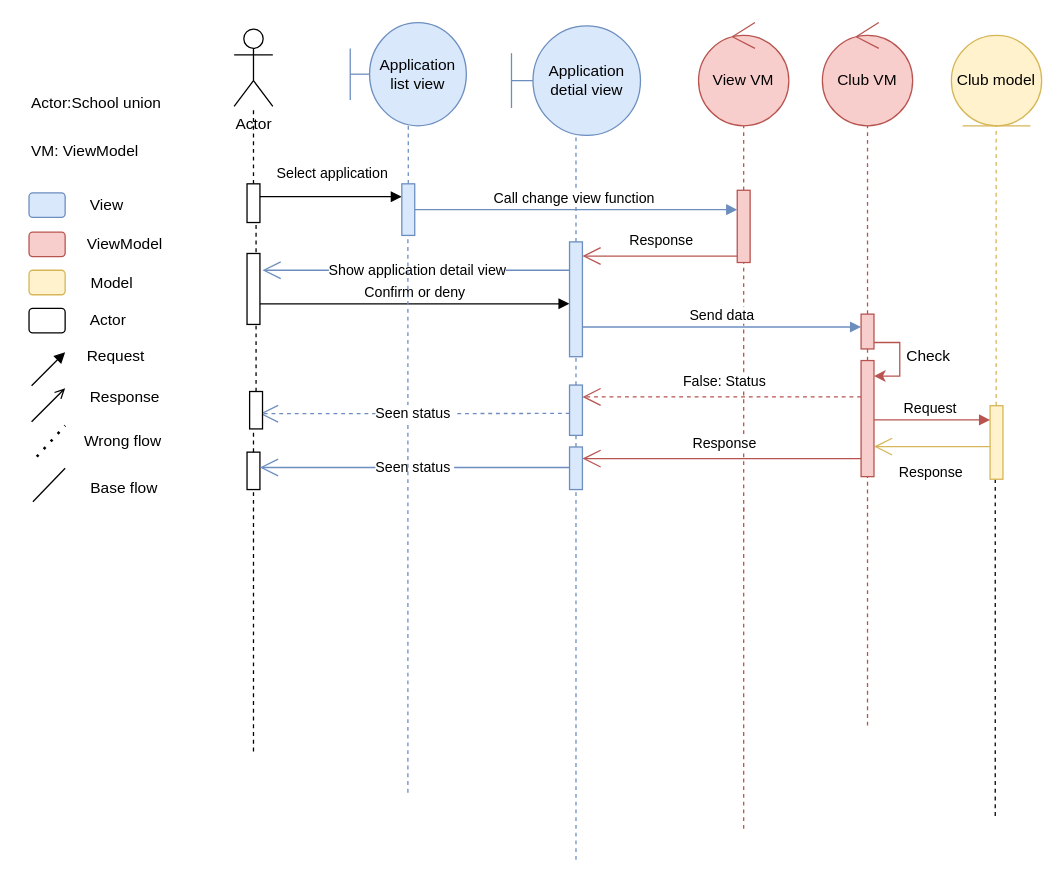
Above: page "Trang-20" (20 of 23) of Diagram.drawio in DnhTrn/finall_project (draw.io), before the change. Source tidied: cells renumbered, new cells numbered last; positions are measured from the earlier drawing's top-left corner, leaving out a move shared by most shapes. Both pictures are drawn from the tidied source at 129%, with x=0, y=0 at pixel (27, 22).
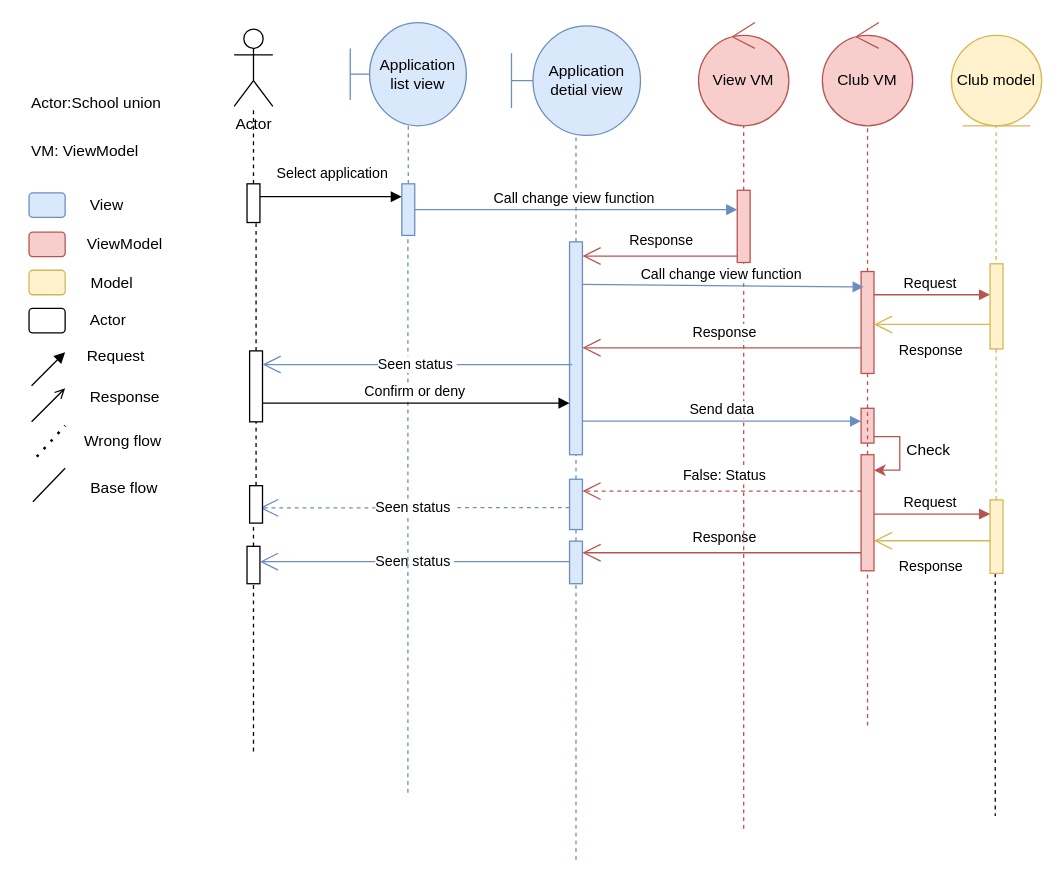
The same diagram, later.

The change refers to these unchanged cells:
```xml
<mxCell id="17" style="html=1;points=[[0,0,0,0,5],[0,1,0,0,-5],[1,0,0,0,5],[1,1,0,0,-5]];perimeter=orthogonalPerimeter;outlineConnect=0;targetShapes=umlLifeline;portConstraint=eastwest;newEdgeStyle={&quot;curved&quot;:0,&quot;rounded&quot;:0};" parent="1" vertex="1">
  <mxGeometry x="170" y="125" width="10" height="30" as="geometry" />
</mxCell>
```

Diff of the diagram source:
```diff
@@
-    <mxCell id="9" style="endArrow=none;dashed=1;html=1;rounded=0;fillColor=#f8cecc;strokeColor=#b85450;" parent="1" edge="1" source="69">
+    <mxCell id="9" style="endArrow=none;dashed=1;html=1;rounded=0;fillColor=#f8cecc;strokeColor=#b85450;" parent="1" edge="1" source="73">
       <mxGeometry relative="1" as="geometry">
         <mxPoint x="651" y="80" as="targetPoint" />
       </mxGeometry>
     </mxCell>
@@
-    <mxCell id="16" style="endArrow=none;dashed=1;html=1;rounded=0;" parent="1" edge="1" source="45" target="17">
+    <mxCell id="16" style="endArrow=none;dashed=1;html=1;rounded=0;" parent="1" edge="1" source="28" target="17">
       <mxGeometry relative="1" as="geometry" />
     </mxCell>
@@
-    <mxCell id="23" value="&lt;div style=&quot;text-align: left;&quot;&gt;Confirm or deny&lt;/div&gt;" style="html=1;verticalAlign=bottom;endArrow=block;curved=0;rounded=0;" parent="1" edge="1">
-      <mxGeometry relative="1" as="geometry">
-        <mxPoint x="180" y="218" as="sourcePoint" />
-        <mxPoint x="420" y="218" as="targetPoint" />
-      </mxGeometry>
-    </mxCell>
@@
     <mxCell id="25" style="html=1;points=[[0,0,0,0,5],[0,1,0,0,-5],[1,0,0,0,5],[1,1,0,0,-5]];perimeter=orthogonalPerimeter;outlineConnect=0;targetShapes=umlLifeline;portConstraint=eastwest;newEdgeStyle={&quot;curved&quot;:0,&quot;rounded&quot;:0};" parent="1" vertex="1">
-      <mxGeometry x="170" y="333" width="10" height="29" as="geometry" />
+      <mxGeometry x="170" y="406" width="10" height="29" as="geometry" />
     </mxCell>
     <mxCell id="26" value="Response" style="endArrow=open;endSize=12;html=1;rounded=0;fillColor=#fff2cc;strokeColor=#d6b656;" parent="1" edge="1">
       <mxGeometry x="0.02" y="20" relative="1" as="geometry">
-        <mxPoint x="746" y="328.7" as="sourcePoint" />
-        <mxPoint x="656" y="328.7" as="targetPoint" />
+        <mxPoint x="746" y="401.7" as="sourcePoint" />
+        <mxPoint x="656" y="401.7" as="targetPoint" />
       </mxGeometry>
     </mxCell>
     <mxCell id="27" value="Seen status&amp;nbsp;" style="endArrow=open;endSize=12;html=1;rounded=0;fillColor=#dae8fc;strokeColor=#6c8ebf;" parent="1" edge="1">
       <mxGeometry relative="1" as="geometry">
-        <mxPoint x="420" y="344.9" as="sourcePoint" />
-        <mxPoint x="180" y="344.9" as="targetPoint" />
+        <mxPoint x="420" y="417.9" as="sourcePoint" />
+        <mxPoint x="180" y="417.9" as="targetPoint" />
       </mxGeometry>
     </mxCell>
-    <mxCell id="28" style="html=1;points=[[0,0,0,0,5],[0,1,0,0,-5],[1,0,0,0,5],[1,1,0,0,-5]];perimeter=orthogonalPerimeter;outlineConnect=0;targetShapes=umlLifeline;portConstraint=eastwest;newEdgeStyle={&quot;curved&quot;:0,&quot;rounded&quot;:0};" parent="1" vertex="1">
-      <mxGeometry x="170" y="179" width="10" height="55" as="geometry" />
-    </mxCell>
-    <mxCell id="29" value="Show application detail view" style="endArrow=open;endSize=12;html=1;rounded=0;fillColor=#dae8fc;strokeColor=#6c8ebf;" parent="1" edge="1">
-      <mxGeometry relative="1" as="geometry">
-        <mxPoint x="422" y="192" as="sourcePoint" />
-        <mxPoint x="182" y="192" as="targetPoint" />
-      </mxGeometry>
-    </mxCell>
     <mxCell id="30" style="html=1;points=[[0,0,0,0,5],[0,1,0,0,-5],[1,0,0,0,5],[1,1,0,0,-5]];perimeter=orthogonalPerimeter;outlineConnect=0;targetShapes=umlLifeline;portConstraint=eastwest;newEdgeStyle={&quot;curved&quot;:0,&quot;rounded&quot;:0};fillColor=#fff2cc;strokeColor=#d6b656;" parent="1" vertex="1">
-      <mxGeometry x="746" y="297" width="10" height="57" as="geometry" />
+      <mxGeometry x="746" y="370" width="10" height="57" as="geometry" />
     </mxCell>
     <mxCell id="31" value="&lt;div style=&quot;text-align: left;&quot;&gt;Request&amp;nbsp;&lt;/div&gt;" style="html=1;verticalAlign=bottom;endArrow=block;curved=0;rounded=0;fillColor=#f8cecc;strokeColor=#b85450;" parent="1" edge="1">
       <mxGeometry relative="1" as="geometry">
-        <mxPoint x="656" y="308" as="sourcePoint" />
-        <mxPoint x="746" y="308" as="targetPoint" />
+        <mxPoint x="656" y="381" as="sourcePoint" />
+        <mxPoint x="746" y="381" as="targetPoint" />
       </mxGeometry>
     </mxCell>
     <mxCell id="32" value="Response" style="endArrow=open;endSize=12;html=1;rounded=0;fillColor=#f8cecc;strokeColor=#b85450;" parent="1" edge="1" target="35">
       <mxGeometry x="-0.02" y="-12" relative="1" as="geometry">
-        <mxPoint x="646" y="338" as="sourcePoint" />
+        <mxPoint x="646" y="411" as="sourcePoint" />
       </mxGeometry>
     </mxCell>
-    <mxCell id="33" style="endArrow=none;dashed=1;html=1;rounded=0;fillColor=#dae8fc;strokeColor=#6c8ebf;" parent="1" edge="1" source="40" target="34">
-      <mxGeometry relative="1" as="geometry" />
+    <mxCell id="33" style="endArrow=none;dashed=1;html=1;rounded=0;fillColor=#dae8fc;strokeColor=#6c8ebf;" parent="1" edge="1" source="40">
+      <mxGeometry relative="1" as="geometry">
+        <mxPoint x="425" y="332" as="targetPoint" />
+      </mxGeometry>
     </mxCell>
     <mxCell id="34" style="html=1;points=[[0,0,0,0,5],[0,1,0,0,-5],[1,0,0,0,5],[1,1,0,0,-5]];perimeter=orthogonalPerimeter;outlineConnect=0;targetShapes=umlLifeline;portConstraint=eastwest;newEdgeStyle={&quot;curved&quot;:0,&quot;rounded&quot;:0};fillColor=#dae8fc;strokeColor=#6c8ebf;" parent="1" vertex="1">
-      <mxGeometry x="420" y="170" width="10" height="89" as="geometry" />
+      <mxGeometry x="420" y="170" width="10" height="165" as="geometry" />
     </mxCell>
     <mxCell id="35" style="html=1;points=[[0,0,0,0,5],[0,1,0,0,-5],[1,0,0,0,5],[1,1,0,0,-5]];perimeter=orthogonalPerimeter;outlineConnect=0;targetShapes=umlLifeline;portConstraint=eastwest;newEdgeStyle={&quot;curved&quot;:0,&quot;rounded&quot;:0};fillColor=#dae8fc;strokeColor=#6c8ebf;" parent="1" vertex="1">
-      <mxGeometry x="420" y="329" width="10" height="33" as="geometry" />
+      <mxGeometry x="420" y="402" width="10" height="33" as="geometry" />
     </mxCell>
     <mxCell id="36" value="&lt;div style=&quot;text-align: left;&quot;&gt;Send data&lt;/div&gt;" style="html=1;verticalAlign=bottom;endArrow=block;curved=0;rounded=0;fillColor=#dae8fc;strokeColor=#6c8ebf;" parent="1" edge="1">
       <mxGeometry relative="1" as="geometry">
-        <mxPoint x="430" y="236" as="sourcePoint" />
-        <mxPoint x="646" y="236" as="targetPoint" />
+        <mxPoint x="430" y="309" as="sourcePoint" />
+        <mxPoint x="646" y="309" as="targetPoint" />
       </mxGeometry>
     </mxCell>
@@
     <mxCell id="40" style="html=1;points=[[0,0,0,0,5],[0,1,0,0,-5],[1,0,0,0,5],[1,1,0,0,-5]];perimeter=orthogonalPerimeter;outlineConnect=0;targetShapes=umlLifeline;portConstraint=eastwest;newEdgeStyle={&quot;curved&quot;:0,&quot;rounded&quot;:0};fillColor=#dae8fc;strokeColor=#6c8ebf;" parent="1" vertex="1">
-      <mxGeometry x="420" y="281" width="10" height="39" as="geometry" />
+      <mxGeometry x="420" y="354" width="10" height="39" as="geometry" />
     </mxCell>
     <mxCell id="41" value="False: Status" style="endArrow=open;endSize=12;html=1;rounded=0;fillColor=#f8cecc;strokeColor=#b85450;dashed=1;" parent="1" edge="1">
       <mxGeometry x="-0.02" y="-12" relative="1" as="geometry">
-        <mxPoint x="646" y="290.2" as="sourcePoint" />
-        <mxPoint x="430" y="290.2" as="targetPoint" />
+        <mxPoint x="646" y="363.2" as="sourcePoint" />
+        <mxPoint x="430" y="363.2" as="targetPoint" />
       </mxGeometry>
     </mxCell>
     <mxCell id="42" value="Seen status&amp;nbsp;" style="endArrow=open;endSize=12;html=1;rounded=0;fillColor=#dae8fc;strokeColor=#6c8ebf;dashed=1;" parent="1" edge="1">
       <mxGeometry relative="1" as="geometry">
-        <mxPoint x="420" y="303" as="sourcePoint" />
-        <mxPoint x="180" y="303.2" as="targetPoint" />
+        <mxPoint x="420" y="376" as="sourcePoint" />
+        <mxPoint x="180" y="376.2" as="targetPoint" />
       </mxGeometry>
     </mxCell>
@@
     <mxCell id="45" style="html=1;points=[[0,0,0,0,5],[0,1,0,0,-5],[1,0,0,0,5],[1,1,0,0,-5]];perimeter=orthogonalPerimeter;outlineConnect=0;targetShapes=umlLifeline;portConstraint=eastwest;newEdgeStyle={&quot;curved&quot;:0,&quot;rounded&quot;:0};" parent="1" vertex="1">
-      <mxGeometry x="172" y="286" width="10" height="29" as="geometry" />
+      <mxGeometry x="172" y="359" width="10" height="29" as="geometry" />
     </mxCell>
@@
     <mxCell id="66" style="edgeStyle=orthogonalEdgeStyle;rounded=0;jettySize=auto;html=1;curved=0;exitX=1;exitY=1;exitDx=0;exitDy=-5;exitPerimeter=0;fillColor=#f8cecc;strokeColor=#b85450;" parent="1" edge="1" source="67" target="69">
       <mxGeometry relative="1" as="geometry">
         <Array as="points">
-          <mxPoint x="676" y="248" />
-          <mxPoint x="676" y="274" />
+          <mxPoint x="676" y="321" />
+          <mxPoint x="676" y="347" />
         </Array>
       </mxGeometry>
     </mxCell>
     <mxCell id="67" style="html=1;points=[[0,0,0,0,5],[0,1,0,0,-5],[1,0,0,0,5],[1,1,0,0,-5]];perimeter=orthogonalPerimeter;outlineConnect=0;targetShapes=umlLifeline;portConstraint=eastwest;newEdgeStyle={&quot;curved&quot;:0,&quot;rounded&quot;:0};fillColor=#f8cecc;strokeColor=#b85450;" parent="1" vertex="1">
-      <mxGeometry x="646" y="226" width="10" height="27" as="geometry" />
+      <mxGeometry x="646" y="299" width="10" height="27" as="geometry" />
     </mxCell>
@@
     <mxCell id="69" style="html=1;points=[[0,0,0,0,5],[0,1,0,0,-5],[1,0,0,0,5],[1,1,0,0,-5]];perimeter=orthogonalPerimeter;outlineConnect=0;targetShapes=umlLifeline;portConstraint=eastwest;newEdgeStyle={&quot;curved&quot;:0,&quot;rounded&quot;:0};fillColor=#f8cecc;strokeColor=#b85450;" parent="1" vertex="1">
-      <mxGeometry x="646" y="262" width="10" height="90" as="geometry" />
+      <mxGeometry x="646" y="335" width="10" height="90" as="geometry" />
     </mxCell>
     <mxCell id="70" value="Check" style="text;html=1;align=center;verticalAlign=middle;strokeColor=none;fillColor=none;" parent="1" vertex="1">
-      <mxGeometry x="672" y="245.5" width="52" height="26" as="geometry" />
+      <mxGeometry x="672" y="318.5" width="52" height="26" as="geometry" />
     </mxCell>
+    <mxCell id="71" style="html=1;perimeter=orthogonalPerimeter;targetShapes=umlLifeline;newEdgeStyle={&quot;curved&quot;:0,&quot;rounded&quot;:0};fillColor=#fff2cc;strokeColor=#d6b656;" parent="1" vertex="1">
+      <mxGeometry x="746" y="187" width="10" height="66" as="geometry" />
+    </mxCell>
+    <mxCell id="72" style="endArrow=none;dashed=1;html=1;rounded=0;fillColor=#f8cecc;strokeColor=#b85450;" parent="1" edge="1" source="69" target="73">
+      <mxGeometry relative="1" as="geometry" />
+    </mxCell>
+    <mxCell id="73" style="html=1;points=[[0,0,0,0,5],[0,1,0,0,-5],[1,0,0,0,5],[1,1,0,0,-5]];perimeter=orthogonalPerimeter;outlineConnect=0;targetShapes=umlLifeline;portConstraint=eastwest;newEdgeStyle={&quot;curved&quot;:0,&quot;rounded&quot;:0};fillColor=#f8cecc;strokeColor=#b85450;" parent="1" vertex="1">
+      <mxGeometry x="646" y="193" width="10" height="79" as="geometry" />
+    </mxCell>
+    <mxCell id="74" value="&lt;div style=&quot;text-align: left;&quot;&gt;Call change view function&amp;nbsp;&lt;/div&gt;" style="html=1;verticalAlign=bottom;endArrow=block;curved=0;rounded=0;fillColor=#dae8fc;strokeColor=#6c8ebf;exitX=0.8;exitY=0.176;exitDx=0;exitDy=0;exitPerimeter=0;" parent="1" edge="1">
+      <mxGeometry relative="1" as="geometry">
+        <mxPoint x="430" y="203" as="sourcePoint" />
+        <mxPoint x="648" y="205" as="targetPoint" />
+      </mxGeometry>
+    </mxCell>
+    <mxCell id="75" value="&lt;div style=&quot;text-align: left;&quot;&gt;Request&amp;nbsp;&lt;/div&gt;" style="html=1;verticalAlign=bottom;endArrow=block;curved=0;rounded=0;fillColor=#f8cecc;strokeColor=#b85450;" parent="1" edge="1">
+      <mxGeometry relative="1" as="geometry">
+        <mxPoint x="656" y="211" as="sourcePoint" />
+        <mxPoint x="746" y="211" as="targetPoint" />
+      </mxGeometry>
+    </mxCell>
+    <mxCell id="76" value="Response" style="endArrow=open;endSize=12;html=1;rounded=0;fillColor=#fff2cc;strokeColor=#d6b656;" parent="1" edge="1">
+      <mxGeometry x="0.02" y="20" relative="1" as="geometry">
+        <mxPoint x="746" y="234" as="sourcePoint" />
+        <mxPoint x="656" y="234" as="targetPoint" />
+      </mxGeometry>
+    </mxCell>
+    <mxCell id="77" value="Response" style="endArrow=open;endSize=12;html=1;rounded=0;fillColor=#f8cecc;strokeColor=#b85450;" parent="1" edge="1">
+      <mxGeometry x="-0.02" y="-12" relative="1" as="geometry">
+        <mxPoint x="646" y="252.1" as="sourcePoint" />
+        <mxPoint x="430" y="252.1" as="targetPoint" />
+      </mxGeometry>
+    </mxCell>
+    <mxCell id="78" style="endArrow=none;dashed=1;html=1;rounded=0;" parent="1" edge="1" source="45" target="28">
+      <mxGeometry relative="1" as="geometry" />
+    </mxCell>
+    <mxCell id="28" style="html=1;points=[[0,0,0,0,5],[0,1,0,0,-5],[1,0,0,0,5],[1,1,0,0,-5]];perimeter=orthogonalPerimeter;outlineConnect=0;targetShapes=umlLifeline;portConstraint=eastwest;newEdgeStyle={&quot;curved&quot;:0,&quot;rounded&quot;:0};" parent="1" vertex="1">
+      <mxGeometry x="172" y="254.5" width="10" height="55" as="geometry" />
+    </mxCell>
+    <mxCell id="79" value="Seen status&amp;nbsp;" style="endArrow=open;endSize=12;html=1;rounded=0;fillColor=#dae8fc;strokeColor=#6c8ebf;" parent="1" edge="1">
+      <mxGeometry relative="1" as="geometry">
+        <mxPoint x="422" y="265.1" as="sourcePoint" />
+        <mxPoint x="182" y="265.1" as="targetPoint" />
+      </mxGeometry>
+    </mxCell>
+    <mxCell id="23" value="&lt;div style=&quot;text-align: left;&quot;&gt;Confirm or deny&lt;/div&gt;" style="html=1;verticalAlign=bottom;endArrow=block;curved=0;rounded=0;" parent="1" edge="1">
+      <mxGeometry x="-0.01" relative="1" as="geometry">
+        <mxPoint x="182" y="295" as="sourcePoint" />
+        <mxPoint x="420" y="295" as="targetPoint" />
+      </mxGeometry>
+    </mxCell>
```
